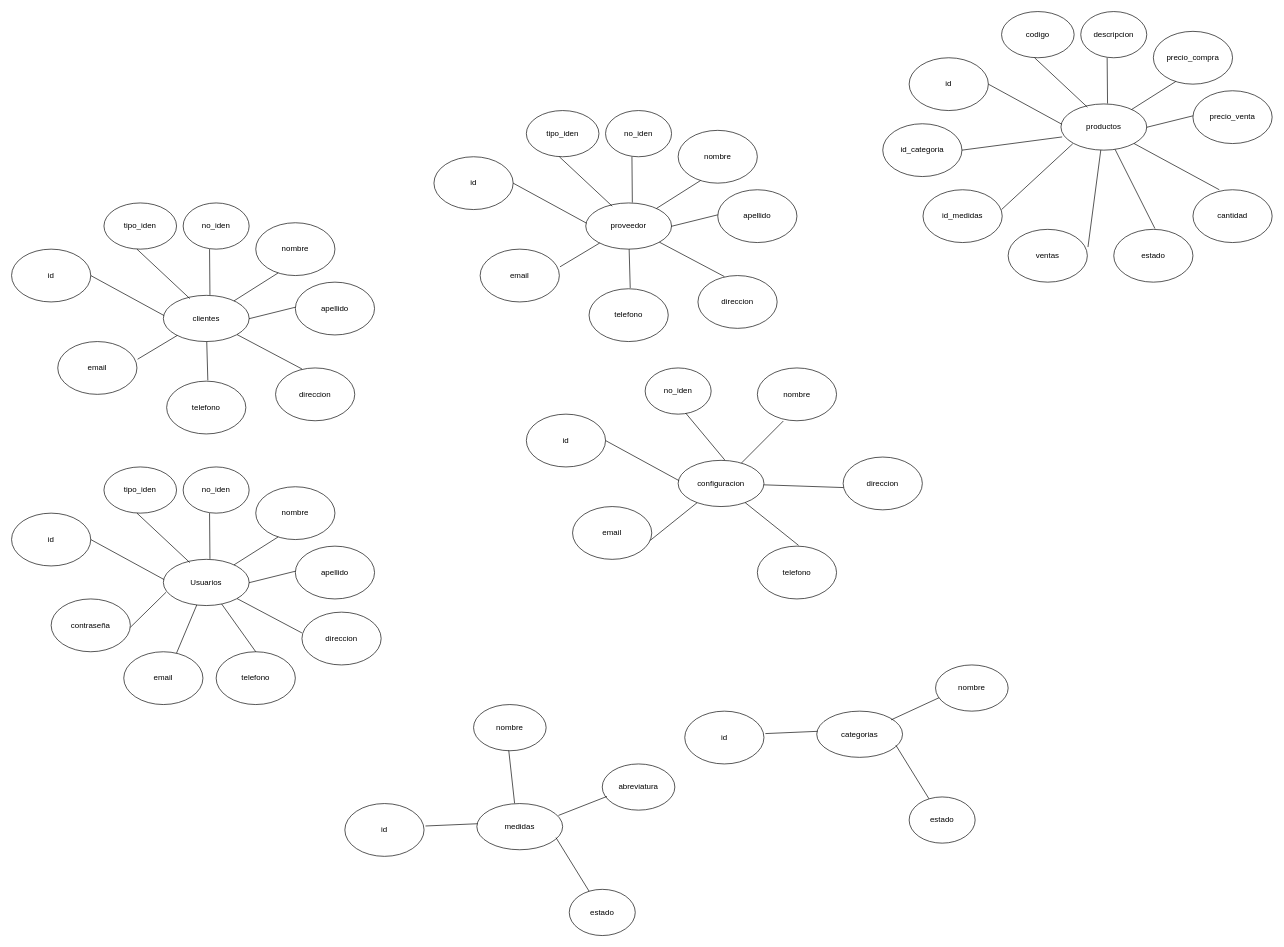
Memo231823/ProyectoP keeps this draw.io diagram as page "Página-1" (1 of 2) of Proyecto_Desarrollo.drawio. Above is the earlier version. Source tidied: cells renumbered, new cells numbered last; positions are measured from the earlier drawing's top-left corner, leaving out a move shared by most shapes. Both pictures are drawn from the tidied source at 66%, with x=0, y=0 at pixel (11, 11).
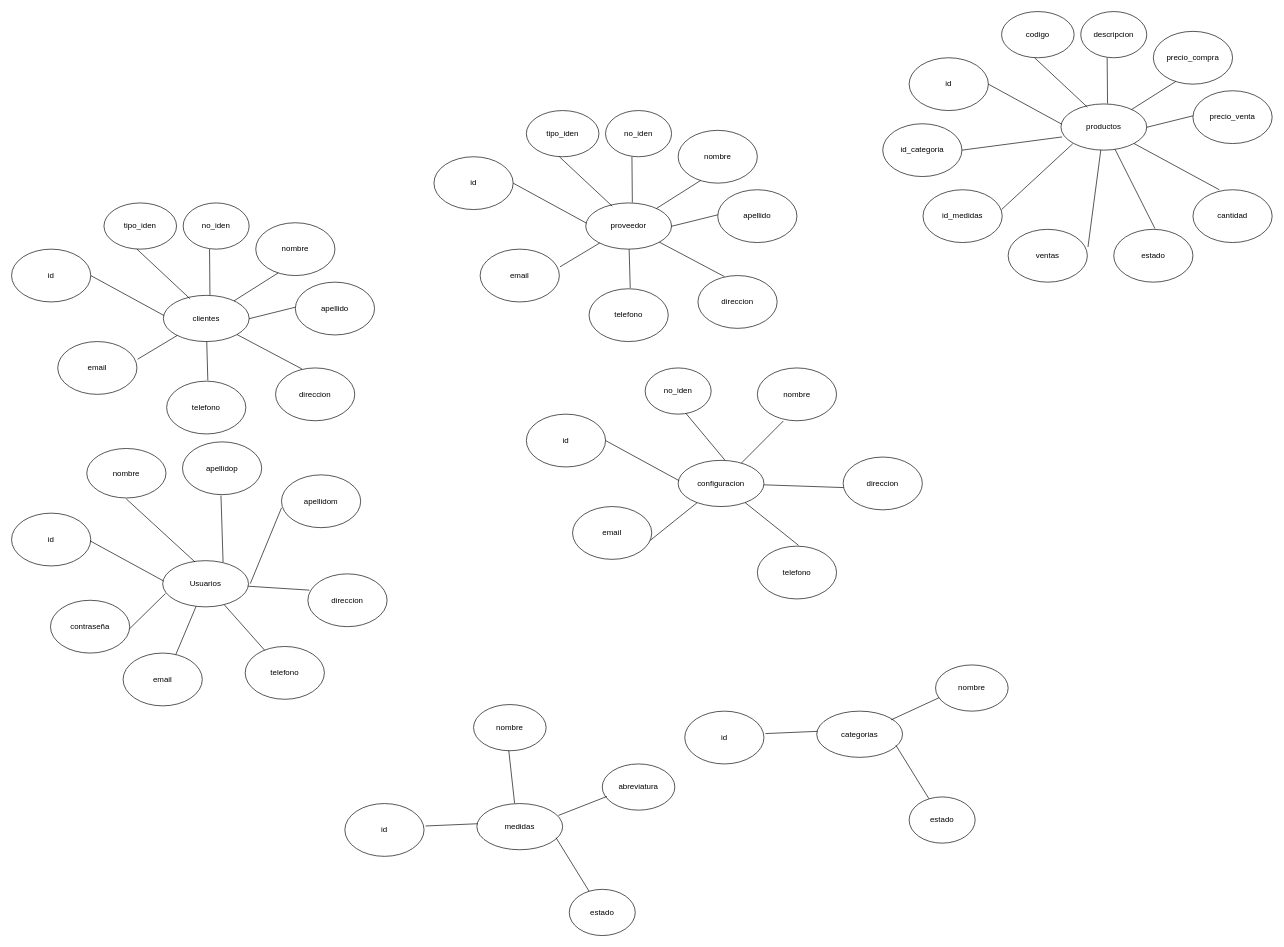
Above is the later version.

What changed in the source:
```diff
@@
     <mxCell id="2" value="Usuarios" style="ellipse;whiteSpace=wrap;html=1;" parent="1" vertex="1">
-      <mxGeometry x="230" y="830" width="130" height="70" as="geometry" />
+      <mxGeometry x="229" y="832" width="130" height="70" as="geometry" />
     </mxCell>
-    <mxCell id="3" value="tipo_iden" style="ellipse;whiteSpace=wrap;html=1;" parent="1" vertex="1">
-      <mxGeometry x="140" y="690" width="110" height="70" as="geometry" />
-    </mxCell>
-    <mxCell id="4" value="no_iden" style="ellipse;whiteSpace=wrap;html=1;" parent="1" vertex="1">
-      <mxGeometry x="260" y="690" width="100" height="70" as="geometry" />
-    </mxCell>
     <mxCell id="5" value="nombre" style="ellipse;whiteSpace=wrap;html=1;" parent="1" vertex="1">
-      <mxGeometry x="370" y="720" width="120" height="80" as="geometry" />
+      <mxGeometry x="114" y="662" width="120" height="75" as="geometry" />
     </mxCell>
-    <mxCell id="6" value="apellido" style="ellipse;whiteSpace=wrap;html=1;" parent="1" vertex="1">
-      <mxGeometry x="430" y="810" width="120" height="80" as="geometry" />
+    <mxCell id="6" value="apellidop" style="ellipse;whiteSpace=wrap;html=1;" parent="1" vertex="1">
+      <mxGeometry x="259" y="652" width="120" height="80" as="geometry" />
     </mxCell>
     <mxCell id="7" value="direccion" style="ellipse;whiteSpace=wrap;html=1;" parent="1" vertex="1">
-      <mxGeometry x="440" y="910" width="120" height="80" as="geometry" />
+      <mxGeometry x="449" y="852" width="120" height="80" as="geometry" />
     </mxCell>
     <mxCell id="8" value="telefono" style="ellipse;whiteSpace=wrap;html=1;" parent="1" vertex="1">
-      <mxGeometry x="310" y="970" width="120" height="80" as="geometry" />
+      <mxGeometry x="354" y="962" width="120" height="80" as="geometry" />
     </mxCell>
     <mxCell id="9" value="email" style="ellipse;whiteSpace=wrap;html=1;" parent="1" vertex="1">
-      <mxGeometry x="170" y="970" width="120" height="80" as="geometry" />
+      <mxGeometry x="169" y="972" width="120" height="80" as="geometry" />
     </mxCell>
     <mxCell id="10" value="contraseña" style="ellipse;whiteSpace=wrap;html=1;" parent="1" vertex="1">
-      <mxGeometry x="60" y="890" width="120" height="80" as="geometry" />
+      <mxGeometry x="59" y="892" width="120" height="80" as="geometry" />
     </mxCell>
-    <mxCell id="11" style="endArrow=none;html=1;rounded=0;" parent="1" edge="1" source="2">
-      <mxGeometry relative="1" as="geometry">
-        <mxPoint x="404" y="796" as="targetPoint" />
-      </mxGeometry>
-    </mxCell>
-    <mxCell id="12" style="endArrow=none;html=1;rounded=0;exitX=0.998;exitY=0.506;exitDx=0;exitDy=0;exitPerimeter=0;" parent="1" edge="1" source="2">
-      <mxGeometry relative="1" as="geometry">
-        <mxPoint x="430" y="848" as="targetPoint" />
-      </mxGeometry>
+    <mxCell id="12" style="endArrow=none;html=1;rounded=0;exitX=0.704;exitY=0.032;exitDx=0;exitDy=0;exitPerimeter=0;entryX=0.486;entryY=1.018;entryDx=0;entryDy=0;entryPerimeter=0;" parent="1" edge="1" source="2" target="6">
+      <mxGeometry relative="1" as="geometry" />
     </mxCell>
-    <mxCell id="13" style="endArrow=none;html=1;rounded=0;" parent="1" edge="1" source="2">
-      <mxGeometry relative="1" as="geometry">
-        <mxPoint x="440" y="941.5" as="targetPoint" />
-      </mxGeometry>
+    <mxCell id="13" style="endArrow=none;html=1;rounded=0;entryX=0.018;entryY=0.308;entryDx=0;entryDy=0;entryPerimeter=0;" parent="1" edge="1" source="2" target="7">
+      <mxGeometry relative="1" as="geometry" />
     </mxCell>
@@
-    <mxCell id="15" style="endArrow=none;html=1;rounded=0;" parent="1" edge="1" source="2">
-      <mxGeometry relative="1" as="geometry">
-        <mxPoint x="370" y="970" as="targetPoint" />
-      </mxGeometry>
+    <mxCell id="15" style="endArrow=none;html=1;rounded=0;" parent="1" edge="1" source="2" target="8">
+      <mxGeometry relative="1" as="geometry" />
     </mxCell>
     <mxCell id="16" style="endArrow=none;html=1;rounded=0;" parent="1" edge="1" source="2">
       <mxGeometry relative="1" as="geometry">
-        <mxPoint x="250" y="972" as="targetPoint" />
+        <mxPoint x="249" y="974" as="targetPoint" />
       </mxGeometry>
     </mxCell>
     <mxCell id="17" style="endArrow=none;html=1;rounded=0;exitX=0.032;exitY=0.711;exitDx=0;exitDy=0;exitPerimeter=0;" parent="1" edge="1" source="2">
       <mxGeometry relative="1" as="geometry">
-        <mxPoint x="180" y="933" as="targetPoint" />
+        <mxPoint x="179" y="935" as="targetPoint" />
       </mxGeometry>
     </mxCell>
     <mxCell id="18" style="endArrow=none;html=1;rounded=0;exitX=0.008;exitY=0.437;exitDx=0;exitDy=0;exitPerimeter=0;" parent="1" edge="1" source="2">
       <mxGeometry relative="1" as="geometry">
-        <mxPoint x="120" y="800" as="targetPoint" />
+        <mxPoint x="119" y="802" as="targetPoint" />
       </mxGeometry>
     </mxCell>
-    <mxCell id="19" style="endArrow=none;html=1;rounded=0;exitX=0.309;exitY=0.071;exitDx=0;exitDy=0;exitPerimeter=0;" parent="1" edge="1" source="2">
-      <mxGeometry relative="1" as="geometry">
-        <mxPoint x="190" y="760" as="targetPoint" />
-      </mxGeometry>
-    </mxCell>
-    <mxCell id="20" style="endArrow=none;html=1;rounded=0;exitX=0.543;exitY=-0.009;exitDx=0;exitDy=0;exitPerimeter=0;" parent="1" edge="1" source="2">
-      <mxGeometry relative="1" as="geometry">
-        <mxPoint x="300" y="760" as="targetPoint" />
-      </mxGeometry>
-    </mxCell>
@@
+    <mxCell id="105" value="apellidom" style="ellipse;whiteSpace=wrap;html=1;" parent="1" vertex="1">
+      <mxGeometry x="409" y="702" width="120" height="80" as="geometry" />
+    </mxCell>
+    <mxCell id="106" style="endArrow=none;html=1;rounded=0;exitX=1.021;exitY=0.497;exitDx=0;exitDy=0;exitPerimeter=0;entryX=0;entryY=0.625;entryDx=0;entryDy=0;entryPerimeter=0;" parent="1" edge="1" source="2" target="105">
+      <mxGeometry relative="1" as="geometry" />
+    </mxCell>
+    <mxCell id="107" style="endArrow=none;html=1;rounded=0;exitX=0.998;exitY=0.506;exitDx=0;exitDy=0;exitPerimeter=0;entryX=0.498;entryY=1.018;entryDx=0;entryDy=0;entryPerimeter=0;" parent="1" edge="1" target="5">
+      <mxGeometry relative="1" as="geometry">
+        <mxPoint x="278" y="834" as="sourcePoint" />
+      </mxGeometry>
+    </mxCell>
```
